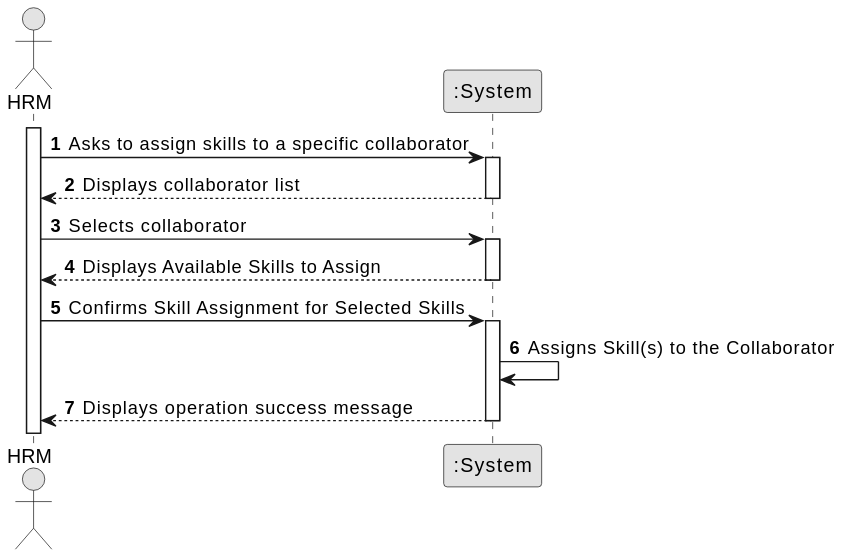
Earlier version of the PlantUML export docs/sprintB/us004/01.requirements-engineering/svg/us004-system-sequence-diagram.svg (francisc-o-liveira/lei-24-s2-1dp-g163).
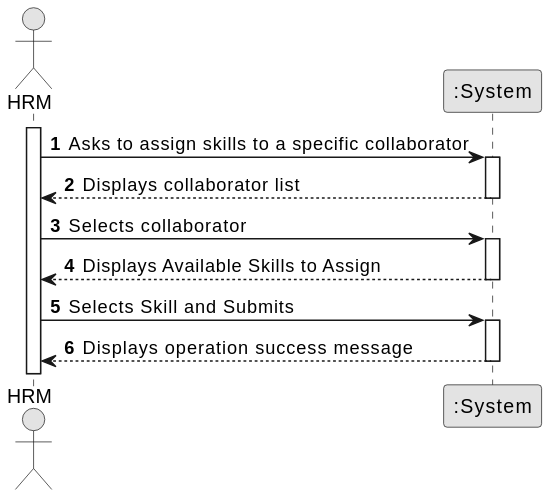
After the change.

The edit, as a diff of the source:
```diff
@@ -22,10 +22,9 @@
 System --> HRManager : Displays Available Skills to Assign
 deactivate System
 
-HRManager -> System : Confirms Skill Assignment for Selected Skills
+HRManager -> System : Selects Skill and Submits
 activate System
 
-System -> System : Assigns Skill(s) to the Collaborator
 System --> HRManager : Displays operation success message
 
 deactivate System
```
